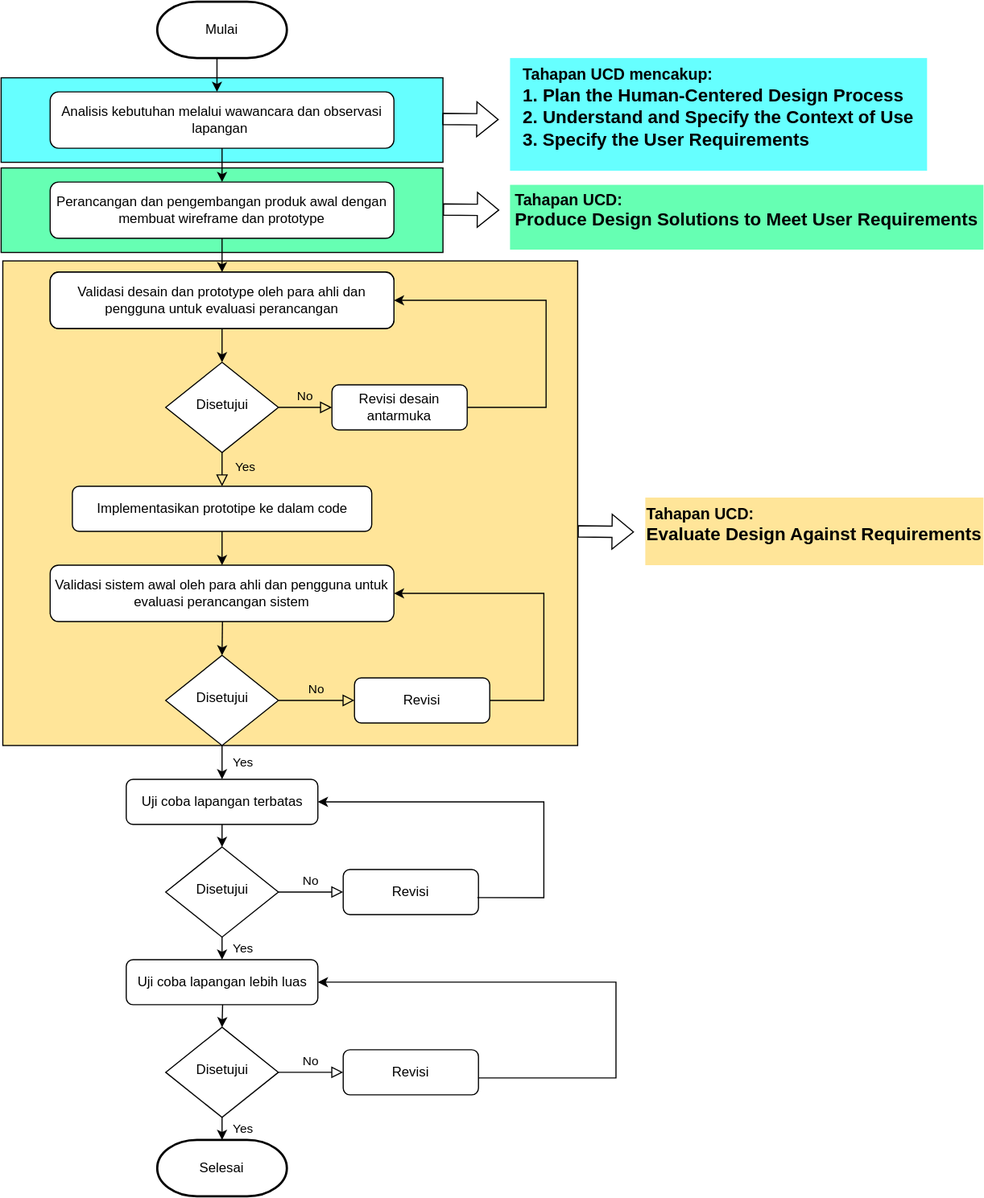
Before: flowchart skripsi.drawio.svg, a diagram exported from draw.io (evaald/evaald239.github.io). Source tidied: cells renumbered, new cells last; positions are measured from the earlier drawing's top-left corner, leaving out a move shared by most shapes.
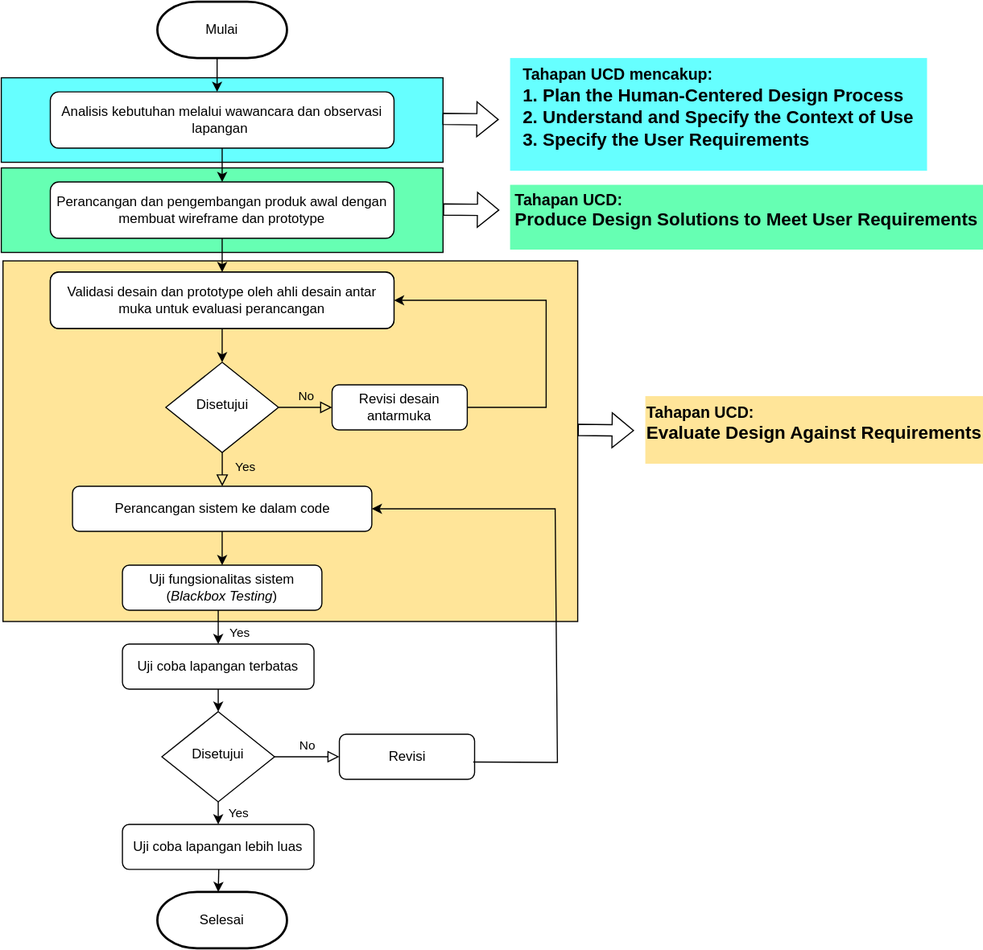
Above is the later version.

What changed in the source:
```diff
@@ -3,7 +3,7 @@
     <mxCell id="0" />
     <mxCell id="1" parent="0" />
     <mxCell id="2" style="rounded=0;whiteSpace=wrap;html=1;fillColor=light-dark(#FFE599,var(--ge-dark-color, #121212));" parent="1" vertex="1">
-      <mxGeometry x="2" y="230" width="510" height="430" as="geometry" />
+      <mxGeometry x="2" y="230" width="510" height="320" as="geometry" />
     </mxCell>
     <mxCell id="3" style="rounded=0;whiteSpace=wrap;html=1;fillColor=light-dark(#66FFB3,var(--ge-dark-color, #121212));" parent="1" vertex="1">
       <mxGeometry x="0.5" y="147.5" width="392" height="75" as="geometry" />
@@ -20,7 +20,7 @@
     <mxCell id="7" value="Disetujui" style="rhombus;whiteSpace=wrap;html=1;shadow=0;fontFamily=Helvetica;fontSize=12;align=center;strokeWidth=1;spacing=6;spacingTop=-4;" parent="1" vertex="1">
       <mxGeometry x="146.5" y="320" width="100" height="80" as="geometry" />
     </mxCell>
-    <mxCell id="8" value="Implementasikan prototipe ke dalam code" style="rounded=1;whiteSpace=wrap;html=1;fontSize=12;glass=0;strokeWidth=1;shadow=0;" parent="1" vertex="1">
+    <mxCell id="8" value="Perancangan sistem ke dalam code" style="rounded=1;whiteSpace=wrap;html=1;fontSize=12;glass=0;strokeWidth=1;shadow=0;" parent="1" vertex="1">
       <mxGeometry x="63.7" y="430" width="265.6" height="40" as="geometry" />
     </mxCell>
     <mxCell id="9" value="Revisi desain antarmuka" style="rounded=1;whiteSpace=wrap;html=1;fontSize=12;glass=0;strokeWidth=1;shadow=0;" parent="1" vertex="1">
@@ -47,46 +47,34 @@
     <mxCell id="16" style="endArrow=classic;html=1;rounded=0;exitX=0.5;exitY=1;exitDx=0;exitDy=0;entryX=0.5;entryY=0;entryDx=0;entryDy=0;" parent="1" edge="1" source="15" target="7">
       <mxGeometry relative="1" as="geometry" />
     </mxCell>
-    <mxCell id="17" style="endArrow=classic;html=1;rounded=0;entryX=0.5;entryY=0;entryDx=0;entryDy=0;" parent="1" edge="1" target="18">
-      <mxGeometry relative="1" as="geometry">
-        <mxPoint x="197" y="540" as="sourcePoint" />
-      </mxGeometry>
-    </mxCell>
-    <mxCell id="18" value="Disetujui" style="rhombus;whiteSpace=wrap;html=1;shadow=0;fontFamily=Helvetica;fontSize=12;align=center;strokeWidth=1;spacing=6;spacingTop=-4;" parent="1" vertex="1">
-      <mxGeometry x="146.5" y="580" width="100" height="80" as="geometry" />
-    </mxCell>
-    <mxCell id="19" value="No" style="edgeStyle=orthogonalEdgeStyle;rounded=0;html=1;jettySize=auto;fontSize=11;endArrow=block;endFill=0;endSize=8;strokeWidth=1;shadow=0;labelBackgroundColor=none;exitX=1;exitY=0.5;exitDx=0;exitDy=0;entryX=0;entryY=0.5;entryDx=0;entryDy=0;" parent="1" edge="1" source="18" target="20">
-      <mxGeometry y="10" relative="1" as="geometry" />
-    </mxCell>
-    <mxCell id="20" value="Revisi" style="rounded=1;whiteSpace=wrap;html=1;fontSize=12;glass=0;strokeWidth=1;shadow=0;" parent="1" vertex="1">
-      <mxGeometry x="314" y="600" width="120" height="40" as="geometry" />
-    </mxCell>
     <mxCell id="21" value="Selesai" style="strokeWidth=2;html=1;shape=mxgraph.flowchart.terminator;whiteSpace=wrap;" parent="1" vertex="1">
-      <mxGeometry x="139" y="1010" width="115" height="50" as="geometry" />
+      <mxGeometry x="139" y="790" width="115" height="50" as="geometry" />
     </mxCell>
-    <mxCell id="22" value="Validasi desain dan prototype oleh para ahli dan pengguna untuk evaluasi perancangan" style="rounded=1;whiteSpace=wrap;html=1;fontSize=12;glass=0;strokeWidth=1;shadow=0;" parent="1" vertex="1">
+    <mxCell id="22" value="Validasi desain dan prototype oleh ahli desain antar muka untuk evaluasi perancangan" style="rounded=1;whiteSpace=wrap;html=1;fontSize=12;glass=0;strokeWidth=1;shadow=0;" parent="1" vertex="1">
       <mxGeometry x="44" y="240" width="305" height="50" as="geometry" />
     </mxCell>
-    <mxCell id="23" value="Validasi sistem awal&amp;nbsp;&lt;span style=&quot;background-color: transparent; color: light-dark(rgb(0, 0, 0), rgb(255, 255, 255));&quot;&gt;oleh para ahli dan pengguna untuk evaluasi perancangan sistem&lt;/span&gt;" style="rounded=1;whiteSpace=wrap;html=1;fontSize=12;glass=0;strokeWidth=1;shadow=0;" parent="1" vertex="1">
-      <mxGeometry x="44" y="500" width="305" height="50" as="geometry" />
+    <mxCell id="23" value="Uji fungsionalitas sistem&lt;br&gt;(&lt;i&gt;Blackbox Testing&lt;/i&gt;)" style="rounded=1;whiteSpace=wrap;html=1;fontSize=12;glass=0;strokeWidth=1;shadow=0;" parent="1" vertex="1">
+      <mxGeometry x="108" y="500" width="177" height="40" as="geometry" />
     </mxCell>
     <mxCell id="24" style="endArrow=classic;html=1;rounded=0;exitX=0.5;exitY=1;exitDx=0;exitDy=0;entryX=0.5;entryY=0;entryDx=0;entryDy=0;" parent="1" edge="1" source="8" target="23">
       <mxGeometry relative="1" as="geometry" />
     </mxCell>
-    <mxCell id="25" value="Yes" style="endArrow=classic;html=1;rounded=0;entryX=0.5;entryY=0;entryDx=0;entryDy=0;exitX=0.5;exitY=1;exitDx=0;exitDy=0;" parent="1" edge="1" source="18" target="26">
-      <mxGeometry x="-0.01" y="18" relative="1" as="geometry" />
+    <mxCell id="25" value="Yes" style="endArrow=classic;html=1;rounded=0;entryX=0.5;entryY=0;entryDx=0;entryDy=0;exitX=0.5;exitY=1;exitDx=0;exitDy=0;" parent="1" edge="1" target="26">
+      <mxGeometry x="0.33" y="19" relative="1" as="geometry">
+        <mxPoint x="193" y="540" as="sourcePoint" />
+      </mxGeometry>
     </mxCell>
     <mxCell id="26" value="Uji coba lapangan terbatas" style="rounded=1;whiteSpace=wrap;html=1;fontSize=12;glass=0;strokeWidth=1;shadow=0;" parent="1" vertex="1">
-      <mxGeometry x="111.5" y="690" width="170" height="40" as="geometry" />
+      <mxGeometry x="108" y="570" width="170" height="40" as="geometry" />
     </mxCell>
     <mxCell id="27" value="Disetujui" style="rhombus;whiteSpace=wrap;html=1;shadow=0;fontFamily=Helvetica;fontSize=12;align=center;strokeWidth=1;spacing=6;spacingTop=-4;" parent="1" vertex="1">
-      <mxGeometry x="146.5" y="750" width="100" height="80" as="geometry" />
+      <mxGeometry x="143" y="630" width="100" height="80" as="geometry" />
     </mxCell>
     <mxCell id="28" value="No" style="edgeStyle=orthogonalEdgeStyle;rounded=0;html=1;jettySize=auto;fontSize=11;endArrow=block;endFill=0;endSize=8;strokeWidth=1;shadow=0;labelBackgroundColor=none;exitX=1;exitY=0.5;exitDx=0;exitDy=0;entryX=0;entryY=0.5;entryDx=0;entryDy=0;" parent="1" edge="1" source="27" target="29">
       <mxGeometry y="10" relative="1" as="geometry" />
     </mxCell>
     <mxCell id="29" value="Revisi" style="rounded=1;whiteSpace=wrap;html=1;fontSize=12;glass=0;strokeWidth=1;shadow=0;" parent="1" vertex="1">
-      <mxGeometry x="304" y="770" width="120" height="40" as="geometry" />
+      <mxGeometry x="300.5" y="650" width="120" height="40" as="geometry" />
     </mxCell>
     <mxCell id="30" style="endArrow=classic;html=1;rounded=0;entryX=0.5;entryY=0;entryDx=0;entryDy=0;exitX=0.5;exitY=1;exitDx=0;exitDy=0;" parent="1" edge="1" source="26" target="27">
       <mxGeometry relative="1" as="geometry" />
@@ -95,27 +83,14 @@
       <mxGeometry x="-0.01" y="18" relative="1" as="geometry" />
     </mxCell>
     <mxCell id="32" value="Uji coba lapangan lebih luas" style="rounded=1;whiteSpace=wrap;html=1;fontSize=12;glass=0;strokeWidth=1;shadow=0;" parent="1" vertex="1">
-      <mxGeometry x="111.5" y="850" width="170" height="40" as="geometry" />
+      <mxGeometry x="108" y="730" width="170" height="40" as="geometry" />
     </mxCell>
-    <mxCell id="33" value="Disetujui" style="rhombus;whiteSpace=wrap;html=1;shadow=0;fontFamily=Helvetica;fontSize=12;align=center;strokeWidth=1;spacing=6;spacingTop=-4;" parent="1" vertex="1">
-      <mxGeometry x="146.5" y="910" width="100" height="80" as="geometry" />
-    </mxCell>
-    <mxCell id="34" value="No" style="edgeStyle=orthogonalEdgeStyle;rounded=0;html=1;jettySize=auto;fontSize=11;endArrow=block;endFill=0;endSize=8;strokeWidth=1;shadow=0;labelBackgroundColor=none;exitX=1;exitY=0.5;exitDx=0;exitDy=0;entryX=0;entryY=0.5;entryDx=0;entryDy=0;" parent="1" edge="1" source="33" target="35">
-      <mxGeometry y="10" relative="1" as="geometry" />
-    </mxCell>
-    <mxCell id="35" value="Revisi" style="rounded=1;whiteSpace=wrap;html=1;fontSize=12;glass=0;strokeWidth=1;shadow=0;" parent="1" vertex="1">
-      <mxGeometry x="304" y="930" width="120" height="40" as="geometry" />
-    </mxCell>
-    <mxCell id="36" style="endArrow=classic;html=1;rounded=0;entryX=0.5;entryY=0;entryDx=0;entryDy=0;" parent="1" edge="1" target="33">
+    <mxCell id="36" style="endArrow=classic;html=1;rounded=0;entryX=0.5;entryY=0;entryDx=0;entryDy=0;" parent="1" edge="1">
       <mxGeometry relative="1" as="geometry">
-        <mxPoint x="197" y="890" as="sourcePoint" />
+        <mxPoint x="193.5" y="770" as="sourcePoint" />
+        <mxPoint x="193" y="790" as="targetPoint" />
       </mxGeometry>
     </mxCell>
-    <mxCell id="37" value="Yes" style="endArrow=classic;html=1;rounded=0;entryX=0.5;entryY=0;entryDx=0;entryDy=0;" parent="1" edge="1" source="33">
-      <mxGeometry x="-0.01" y="18" relative="1" as="geometry">
-        <mxPoint x="196.5" y="1010" as="targetPoint" />
-      </mxGeometry>
-    </mxCell>
     <mxCell id="38" style="endArrow=classic;html=1;rounded=0;exitX=1;exitY=0.5;exitDx=0;exitDy=0;entryX=1;entryY=0.5;entryDx=0;entryDy=0;" parent="1" edge="1" source="9" target="22">
       <mxGeometry relative="1" as="geometry">
         <Array as="points">
@@ -124,30 +99,6 @@
         </Array>
       </mxGeometry>
     </mxCell>
-    <mxCell id="39" style="endArrow=classic;html=1;rounded=0;exitX=1;exitY=0.5;exitDx=0;exitDy=0;entryX=1;entryY=0.5;entryDx=0;entryDy=0;" parent="1" edge="1" source="20" target="23">
-      <mxGeometry relative="1" as="geometry">
-        <Array as="points">
-          <mxPoint x="482" y="620" />
-          <mxPoint x="482" y="525" />
-        </Array>
-      </mxGeometry>
-    </mxCell>
-    <mxCell id="40" style="endArrow=classic;html=1;rounded=0;exitX=0.992;exitY=0.623;exitDx=0;exitDy=0;entryX=1;entryY=0.5;entryDx=0;entryDy=0;exitPerimeter=0;" parent="1" edge="1" source="29" target="26">
-      <mxGeometry relative="1" as="geometry">
-        <Array as="points">
-          <mxPoint x="482" y="795" />
-          <mxPoint x="482" y="710" />
-        </Array>
-      </mxGeometry>
-    </mxCell>
-    <mxCell id="41" style="endArrow=classic;html=1;rounded=0;exitX=1;exitY=0.625;exitDx=0;exitDy=0;entryX=1;entryY=0.5;entryDx=0;entryDy=0;exitPerimeter=0;" parent="1" edge="1" source="35" target="32">
-      <mxGeometry relative="1" as="geometry">
-        <Array as="points">
-          <mxPoint x="546" y="955" />
-          <mxPoint x="546" y="870" />
-        </Array>
-      </mxGeometry>
-    </mxCell>
     <mxCell id="42" value="&lt;div style=&quot;text-align: left;&quot;&gt;&lt;span style=&quot;background-color: transparent; color: light-dark(rgb(0, 0, 0), rgb(255, 255, 255));&quot;&gt;&lt;b&gt;&lt;font style=&quot;font-size: 14px;&quot;&gt;Tahapan UCD mencakup:&lt;/font&gt;&lt;/b&gt;&lt;/span&gt;&lt;/div&gt;&lt;div style=&quot;text-align: left;&quot;&gt;&lt;b&gt;&lt;font size=&quot;3&quot;&gt;&lt;span style=&quot;background-color: transparent; color: light-dark(rgb(0, 0, 0), rgb(255, 255, 255)); text-indent: -24px;&quot;&gt;1.&amp;nbsp;&lt;/span&gt;&lt;span style=&quot;text-indent: -24px; background-color: transparent; color: light-dark(rgb(0, 0, 0), rgb(255, 255, 255));&quot;&gt;Plan the Human-Centered Design Process&lt;/span&gt;&lt;/font&gt;&lt;/b&gt;&lt;/div&gt;&lt;div style=&quot;text-align: left;&quot;&gt;&lt;b&gt;&lt;font size=&quot;3&quot;&gt;&lt;span style=&quot;background-color: transparent; color: light-dark(rgb(0, 0, 0), rgb(255, 255, 255)); text-indent: -24px;&quot;&gt;2.&amp;nbsp;&lt;/span&gt;&lt;span style=&quot;background-color: transparent; color: light-dark(rgb(0, 0, 0), rgb(255, 255, 255)); text-indent: -24px;&quot;&gt;Understand and Specify the Context of Use&lt;/span&gt;&lt;/font&gt;&lt;/b&gt;&lt;/div&gt;&lt;div style=&quot;text-align: left;&quot;&gt;&lt;span style=&quot;background-color: transparent; color: light-dark(rgb(0, 0, 0), rgb(255, 255, 255)); text-indent: -24px;&quot;&gt;&lt;font size=&quot;3&quot; style=&quot;&quot; face=&quot;Helvetica&quot;&gt;&lt;b style=&quot;&quot;&gt;3. Specify the User Requirements&lt;/b&gt;&lt;/font&gt;&lt;/span&gt;&lt;/div&gt;&lt;p style=&quot;margin-top:0cm;margin-right:0cm;margin-bottom:&lt;br/&gt;0cm;margin-left:3.0cm;mso-add-space:auto;text-align:justify;text-indent:-18.0pt;&lt;br/&gt;line-height:200%;mso-list:l0 level1 lfo1&quot; class=&quot;MsoListParagraph&quot;&gt;&lt;i&gt;&lt;span style=&quot;font-size:12.0pt;line-height:200%;font-family:&amp;quot;Times New Roman&amp;quot;,serif&quot;&gt;&lt;/span&gt;&lt;/i&gt;&lt;/p&gt;" style="text;html=1;align=center;verticalAlign=middle;whiteSpace=wrap;rounded=0;fillColor=light-dark(#66FFFF,#000000);" parent="1" vertex="1">
       <mxGeometry x="452" y="50" width="370" height="100" as="geometry" />
     </mxCell>
@@ -174,12 +125,20 @@
     </mxCell>
     <mxCell id="47" style="shape=flexArrow;endArrow=classic;html=1;rounded=0;" parent="1" edge="1">
       <mxGeometry relative="1" as="geometry">
-        <mxPoint x="512" y="470" as="sourcePoint" />
-        <mxPoint x="562" y="470.5" as="targetPoint" />
+        <mxPoint x="512" y="380" as="sourcePoint" />
+        <mxPoint x="562" y="380.5" as="targetPoint" />
       </mxGeometry>
     </mxCell>
     <mxCell id="48" value="&lt;div style=&quot;text-align: left;&quot;&gt;&lt;span style=&quot;background-color: transparent; color: light-dark(rgb(0, 0, 0), rgb(255, 255, 255));&quot;&gt;&lt;b&gt;&lt;font style=&quot;font-size: 14px;&quot;&gt;Tahapan UCD:&lt;/font&gt;&lt;/b&gt;&lt;/span&gt;&lt;/div&gt;&lt;div style=&quot;text-align: left;&quot;&gt;&lt;b style=&quot;background-color: transparent; color: light-dark(rgb(0, 0, 0), rgb(255, 255, 255)); text-indent: -24px;&quot;&gt;&lt;font size=&quot;3&quot;&gt;Evaluate Design Against Requirements&lt;/font&gt;&lt;/b&gt;&lt;/div&gt;&lt;p style=&quot;margin-top:0cm;margin-right:0cm;margin-bottom:&lt;br/&gt;0cm;margin-left:3.0cm;mso-add-space:auto;text-align:justify;text-indent:-18.0pt;&lt;br/&gt;line-height:200%;mso-list:l0 level1 lfo1&quot; class=&quot;MsoListParagraph&quot;&gt;&lt;i&gt;&lt;span style=&quot;font-size:12.0pt;line-height:200%;font-family:&amp;quot;Times New Roman&amp;quot;,serif&quot;&gt;&lt;/span&gt;&lt;/i&gt;&lt;/p&gt;" style="text;html=1;align=center;verticalAlign=middle;whiteSpace=wrap;rounded=0;fillColor=light-dark(#FFE599,#000000);" parent="1" vertex="1">
-      <mxGeometry x="572" y="440" width="300" height="60" as="geometry" />
+      <mxGeometry x="572" y="350" width="300" height="60" as="geometry" />
     </mxCell>
+    <mxCell id="49" style="endArrow=classic;html=1;rounded=0;exitX=0.99;exitY=0.617;exitDx=0;exitDy=0;exitPerimeter=0;entryX=1;entryY=0.5;entryDx=0;entryDy=0;" parent="1" edge="1" source="29" target="8">
+      <mxGeometry relative="1" as="geometry">
+        <Array as="points">
+          <mxPoint x="494" y="675" />
+          <mxPoint x="492" y="450" />
+        </Array>
+      </mxGeometry>
+    </mxCell>
   </root>
 </mxGraphModel>
```
